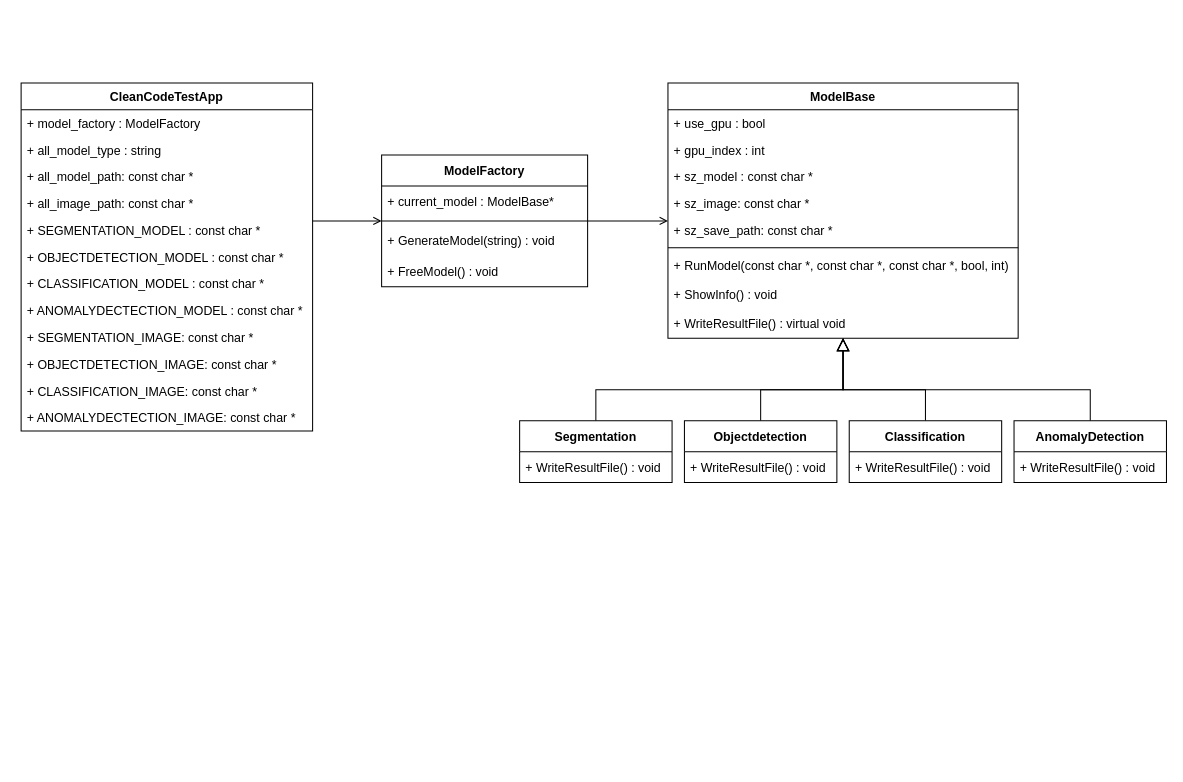
The draw.io diagram CleanCode.drawio in muscleee/UML, before the edit. Source tidied: cells renumbered, new cells numbered last; positions are measured from the earlier drawing's top-left corner, leaving out a move shared by most shapes. Both pictures are drawn from the tidied source at 103%, with x=0, y=0 at pixel (21, 82).
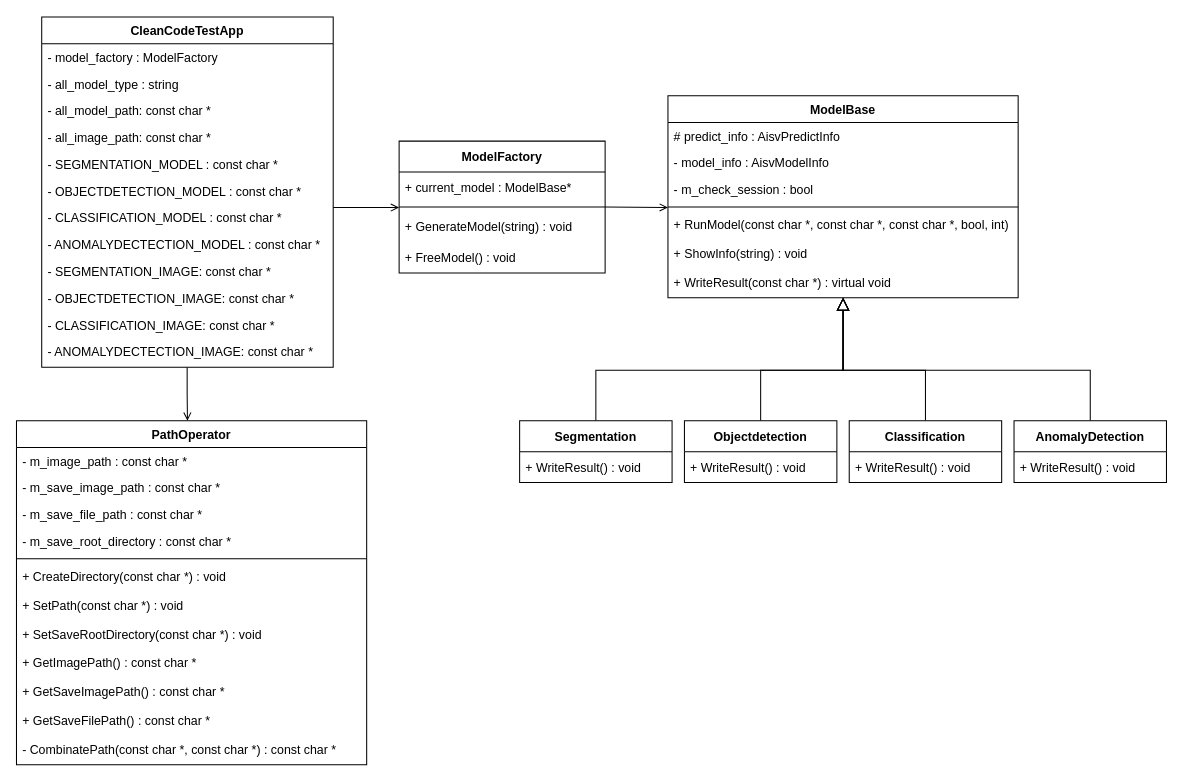
The same diagram, later.

The change refers to these unchanged cells:
```xml
<mxCell id="30" value="Segmentation" style="swimlane;fontStyle=1;horizontal=1;startSize=30;" parent="1" vertex="1">
  <mxGeometry x="484" y="328" width="148" height="60" as="geometry" />
</mxCell>
<mxCell id="32" value="Objectdetection" style="swimlane;fontStyle=1;horizontal=1;startSize=30;" parent="1" vertex="1">
  <mxGeometry x="644" y="328" width="148" height="60" as="geometry" />
</mxCell>
<mxCell id="34" value="Classification" style="swimlane;fontStyle=1;horizontal=1;startSize=30;" parent="1" vertex="1">
  <mxGeometry x="804" y="328" width="148" height="60" as="geometry" />
</mxCell>
<mxCell id="37" value="AnomalyDetection" style="swimlane;fontStyle=1;horizontal=1;startSize=30;" parent="1" vertex="1">
  <mxGeometry x="964" y="328" width="148" height="60" as="geometry" />
</mxCell>
```

Diff of the diagram source:
```diff
@@
     <mxCell id="2" value="ModelBase" style="swimlane;fontStyle=1;align=center;verticalAlign=top;horizontal=1;startSize=26;rounded=0;shadow=0;strokeWidth=1;" parent="1" vertex="1">
-      <mxGeometry x="628" width="340" height="248" as="geometry" />
+      <mxGeometry x="628" y="12.5" width="340" height="196" as="geometry" />
     </mxCell>
-    <mxCell id="3" value="+ use_gpu : bool" style="text;align=left;verticalAlign=top;spacingLeft=4;spacingRight=4;overflow=hidden;" parent="2" vertex="1">
+    <mxCell id="3" value="# predict_info : AisvPredictInfo" style="text;align=left;verticalAlign=top;spacingLeft=4;spacingRight=4;overflow=hidden;" parent="2" vertex="1">
       <mxGeometry y="26" width="340" height="26" as="geometry" />
     </mxCell>
-    <mxCell id="4" value="+ gpu_index : int" style="text;align=left;verticalAlign=top;spacingLeft=4;spacingRight=4;overflow=hidden;rounded=0;shadow=0;html=0;" parent="2" vertex="1">
+    <mxCell id="4" value="- model_info : AisvModelInfo" style="text;align=left;verticalAlign=top;spacingLeft=4;spacingRight=4;overflow=hidden;rounded=0;shadow=0;html=0;" parent="2" vertex="1">
       <mxGeometry y="52" width="340" height="26" as="geometry" />
     </mxCell>
-    <mxCell id="5" value="+ sz_model : const char *" style="text;align=left;verticalAlign=top;spacingLeft=4;spacingRight=4;overflow=hidden;rounded=0;shadow=0;html=0;" parent="2" vertex="1">
+    <mxCell id="5" value="- m_check_session : bool" style="text;align=left;verticalAlign=top;spacingLeft=4;spacingRight=4;overflow=hidden;rounded=0;shadow=0;html=0;" parent="2" vertex="1">
       <mxGeometry y="78" width="340" height="26" as="geometry" />
     </mxCell>
-    <mxCell id="6" value="+ sz_image: const char *" style="text;align=left;verticalAlign=top;spacingLeft=4;spacingRight=4;overflow=hidden;rounded=0;shadow=0;html=0;" parent="2" vertex="1">
-      <mxGeometry y="104" width="340" height="26" as="geometry" />
-    </mxCell>
-    <mxCell id="7" value="+ sz_save_path: const char *" style="text;align=left;verticalAlign=top;spacingLeft=4;spacingRight=4;overflow=hidden;points=[[0,0.5],[1,0.5]];portConstraint=eastwest;rounded=0;shadow=0;html=0;" parent="2" vertex="1">
-      <mxGeometry y="130" width="340" height="26" as="geometry" />
-    </mxCell>
     <mxCell id="8" style="line;html=1;strokeWidth=1;align=left;verticalAlign=middle;spacingTop=-1;spacingLeft=3;spacingRight=3;labelPosition=right;points=[];portConstraint=eastwest;" parent="2" vertex="1">
-      <mxGeometry y="156" width="340" height="8" as="geometry" />
+      <mxGeometry y="104" width="340" height="8" as="geometry" />
     </mxCell>
     <mxCell id="9" value="+ RunModel(const char *, const char *, const char *, bool, int)" style="text;align=left;verticalAlign=top;spacingLeft=4;spacingRight=4;overflow=hidden;" parent="2" vertex="1">
-      <mxGeometry y="164" width="340" height="28" as="geometry" />
+      <mxGeometry y="112" width="340" height="28" as="geometry" />
     </mxCell>
-    <mxCell id="10" value="+ ShowInfo() : void" style="text;align=left;verticalAlign=top;spacingLeft=4;spacingRight=4;overflow=hidden;" parent="2" vertex="1">
-      <mxGeometry y="192" width="340" height="28" as="geometry" />
+    <mxCell id="10" value="+ ShowInfo(string) : void" style="text;align=left;verticalAlign=top;spacingLeft=4;spacingRight=4;overflow=hidden;" parent="2" vertex="1">
+      <mxGeometry y="140" width="340" height="28" as="geometry" />
     </mxCell>
-    <mxCell id="11" value="+ WriteResultFile() : virtual void" style="text;align=left;verticalAlign=top;spacingLeft=4;spacingRight=4;overflow=hidden;" parent="2" vertex="1">
-      <mxGeometry y="220" width="340" height="28" as="geometry" />
+    <mxCell id="11" value="+ WriteResult(const char *) : virtual void" style="text;align=left;verticalAlign=top;spacingLeft=4;spacingRight=4;overflow=hidden;" parent="2" vertex="1">
+      <mxGeometry y="168" width="340" height="28" as="geometry" />
     </mxCell>
     <mxCell id="12" style="endArrow=block;endSize=10;endFill=0;shadow=0;strokeWidth=1;rounded=0;edgeStyle=elbowEdgeStyle;elbow=vertical;exitX=0.5;exitY=0;exitDx=0;exitDy=0;" parent="1" edge="1" source="30" target="2">
       <mxGeometry relative="1" as="geometry">
         <Array as="points">
-          <mxPoint x="798" y="298" />
+          <mxPoint x="798" y="279" />
         </Array>
       </mxGeometry>
     </mxCell>
     <mxCell id="13" style="endArrow=block;endSize=10;endFill=0;shadow=0;strokeWidth=1;rounded=0;edgeStyle=elbowEdgeStyle;elbow=vertical;exitX=0.5;exitY=0;exitDx=0;exitDy=0;" parent="1" edge="1" source="32" target="2">
       <mxGeometry relative="1" as="geometry">
         <Array as="points">
-          <mxPoint x="798" y="298" />
+          <mxPoint x="798" y="279" />
         </Array>
       </mxGeometry>
     </mxCell>
-    <mxCell id="14" style="endArrow=open;shadow=0;strokeWidth=1;rounded=0;endFill=1;edgeStyle=elbowEdgeStyle;elbow=vertical;exitX=1;exitY=0.5;exitDx=0;exitDy=0;" parent="1" edge="1" source="39" target="7">
-      <mxGeometry x="0.5" y="41" relative="1" as="geometry">
-        <Array as="points">
-          <mxPoint x="550" y="134" />
-        </Array>
-        <mxPoint x="-40" y="32" as="offset" />
-      </mxGeometry>
-    </mxCell>
     <mxCell id="15" value="CleanCodeTestApp" style="swimlane;fontStyle=1;align=center;verticalAlign=top;horizontal=1;startSize=26;rounded=0;shadow=0;strokeWidth=1;" parent="1" vertex="1">
-      <mxGeometry width="283" height="338" as="geometry" />
+      <mxGeometry x="20" y="-64" width="283" height="340" as="geometry" />
     </mxCell>
-    <mxCell id="16" value="+ model_factory : ModelFactory" style="text;align=left;verticalAlign=top;spacingLeft=4;spacingRight=4;overflow=hidden;rounded=0;shadow=0;html=0;" parent="15" vertex="1">
+    <mxCell id="16" value="- model_factory : ModelFactory" style="text;align=left;verticalAlign=top;spacingLeft=4;spacingRight=4;overflow=hidden;rounded=0;shadow=0;html=0;" parent="15" vertex="1">
       <mxGeometry y="26" width="283" height="26" as="geometry" />
     </mxCell>
-    <mxCell id="17" value="+ all_model_type : string" style="text;align=left;verticalAlign=top;spacingLeft=4;spacingRight=4;overflow=hidden;rounded=0;shadow=0;html=0;" parent="15" vertex="1">
+    <mxCell id="17" value="- all_model_type : string" style="text;align=left;verticalAlign=top;spacingLeft=4;spacingRight=4;overflow=hidden;rounded=0;shadow=0;html=0;" parent="15" vertex="1">
       <mxGeometry y="52" width="283" height="26" as="geometry" />
     </mxCell>
-    <mxCell id="18" value="+ all_model_path: const char *" style="text;align=left;verticalAlign=top;spacingLeft=4;spacingRight=4;overflow=hidden;rounded=0;shadow=0;html=0;" parent="15" vertex="1">
+    <mxCell id="18" value="- all_model_path: const char *" style="text;align=left;verticalAlign=top;spacingLeft=4;spacingRight=4;overflow=hidden;rounded=0;shadow=0;html=0;" parent="15" vertex="1">
       <mxGeometry y="78" width="283" height="26" as="geometry" />
     </mxCell>
-    <mxCell id="19" value="+ all_image_path: const char *" style="text;align=left;verticalAlign=top;spacingLeft=4;spacingRight=4;overflow=hidden;rounded=0;shadow=0;html=0;" parent="15" vertex="1">
+    <mxCell id="19" value="- all_image_path: const char *" style="text;align=left;verticalAlign=top;spacingLeft=4;spacingRight=4;overflow=hidden;rounded=0;shadow=0;html=0;" parent="15" vertex="1">
       <mxGeometry y="104" width="283" height="26" as="geometry" />
     </mxCell>
-    <mxCell id="20" value="+ SEGMENTATION_MODEL : const char *" style="text;align=left;verticalAlign=top;spacingLeft=4;spacingRight=4;overflow=hidden;rounded=0;shadow=0;html=0;" parent="15" vertex="1">
+    <mxCell id="20" value="- SEGMENTATION_MODEL : const char *" style="text;align=left;verticalAlign=top;spacingLeft=4;spacingRight=4;overflow=hidden;rounded=0;shadow=0;html=0;" parent="15" vertex="1">
       <mxGeometry y="130" width="283" height="26" as="geometry" />
     </mxCell>
-    <mxCell id="21" value="+ OBJECTDETECTION_MODEL : const char *" style="text;align=left;verticalAlign=top;spacingLeft=4;spacingRight=4;overflow=hidden;rounded=0;shadow=0;html=0;" parent="15" vertex="1">
+    <mxCell id="21" value="- OBJECTDETECTION_MODEL : const char *" style="text;align=left;verticalAlign=top;spacingLeft=4;spacingRight=4;overflow=hidden;rounded=0;shadow=0;html=0;" parent="15" vertex="1">
       <mxGeometry y="156" width="283" height="26" as="geometry" />
     </mxCell>
-    <mxCell id="22" value="+ CLASSIFICATION_MODEL : const char *" style="text;align=left;verticalAlign=top;spacingLeft=4;spacingRight=4;overflow=hidden;rounded=0;shadow=0;html=0;" parent="15" vertex="1">
+    <mxCell id="22" value="- CLASSIFICATION_MODEL : const char *" style="text;align=left;verticalAlign=top;spacingLeft=4;spacingRight=4;overflow=hidden;rounded=0;shadow=0;html=0;" parent="15" vertex="1">
       <mxGeometry y="182" width="283" height="26" as="geometry" />
     </mxCell>
-    <mxCell id="23" value="+ ANOMALYDECTECTION_MODEL : const char *" style="text;align=left;verticalAlign=top;spacingLeft=4;spacingRight=4;overflow=hidden;rounded=0;shadow=0;html=0;" parent="15" vertex="1">
+    <mxCell id="23" value="- ANOMALYDECTECTION_MODEL : const char *" style="text;align=left;verticalAlign=top;spacingLeft=4;spacingRight=4;overflow=hidden;rounded=0;shadow=0;html=0;" parent="15" vertex="1">
       <mxGeometry y="208" width="283" height="26" as="geometry" />
     </mxCell>
-    <mxCell id="24" value="+ SEGMENTATION_IMAGE: const char *" style="text;align=left;verticalAlign=top;spacingLeft=4;spacingRight=4;overflow=hidden;rounded=0;shadow=0;html=0;" parent="15" vertex="1">
+    <mxCell id="24" value="- SEGMENTATION_IMAGE: const char *" style="text;align=left;verticalAlign=top;spacingLeft=4;spacingRight=4;overflow=hidden;rounded=0;shadow=0;html=0;" parent="15" vertex="1">
       <mxGeometry y="234" width="283" height="26" as="geometry" />
     </mxCell>
-    <mxCell id="25" value="+ OBJECTDETECTION_IMAGE: const char *" style="text;align=left;verticalAlign=top;spacingLeft=4;spacingRight=4;overflow=hidden;rounded=0;shadow=0;html=0;" parent="15" vertex="1">
+    <mxCell id="25" value="- OBJECTDETECTION_IMAGE: const char *" style="text;align=left;verticalAlign=top;spacingLeft=4;spacingRight=4;overflow=hidden;rounded=0;shadow=0;html=0;" parent="15" vertex="1">
       <mxGeometry y="260" width="283" height="26" as="geometry" />
     </mxCell>
-    <mxCell id="26" value="+ CLASSIFICATION_IMAGE: const char *" style="text;align=left;verticalAlign=top;spacingLeft=4;spacingRight=4;overflow=hidden;rounded=0;shadow=0;html=0;" parent="15" vertex="1">
+    <mxCell id="26" value="- CLASSIFICATION_IMAGE: const char *" style="text;align=left;verticalAlign=top;spacingLeft=4;spacingRight=4;overflow=hidden;rounded=0;shadow=0;html=0;" parent="15" vertex="1">
       <mxGeometry y="286" width="283" height="26" as="geometry" />
     </mxCell>
-    <mxCell id="27" value="+ ANOMALYDECTECTION_IMAGE: const char *" style="text;align=left;verticalAlign=top;spacingLeft=4;spacingRight=4;overflow=hidden;rounded=0;shadow=0;html=0;" parent="15" vertex="1">
-      <mxGeometry y="312" width="283" height="26" as="geometry" />
+    <mxCell id="27" value="- ANOMALYDECTECTION_IMAGE: const char *" style="text;align=left;verticalAlign=top;spacingLeft=4;spacingRight=4;overflow=hidden;rounded=0;shadow=0;html=0;" parent="15" vertex="1">
+      <mxGeometry y="312" width="283" height="28" as="geometry" />
     </mxCell>
@@
     <mxCell id="29" style="endArrow=block;endSize=10;endFill=0;shadow=0;strokeWidth=1;rounded=0;edgeStyle=elbowEdgeStyle;elbow=vertical;exitX=0.5;exitY=0;exitDx=0;exitDy=0;entryX=0.5;entryY=1;entryDx=0;entryDy=0;" parent="1" edge="1" source="34" target="2">
       <mxGeometry relative="1" as="geometry">
         <Array as="points">
-          <mxPoint x="840" y="298" />
+          <mxPoint x="840" y="279" />
         </Array>
       </mxGeometry>
     </mxCell>
@@
-    <mxCell id="31" value="+ WriteResultFile() : void" style="text;strokeColor=none;fillColor=none;align=left;verticalAlign=middle;spacingLeft=4;spacingRight=4;overflow=hidden;" parent="30" vertex="1">
+    <mxCell id="31" value="+ WriteResult() : void" style="text;strokeColor=none;fillColor=none;align=left;verticalAlign=middle;spacingLeft=4;spacingRight=4;overflow=hidden;" parent="30" vertex="1">
       <mxGeometry y="30" width="148" height="30" as="geometry" />
     </mxCell>
@@
-    <mxCell id="33" value="+ WriteResultFile() : void" style="text;strokeColor=none;fillColor=none;align=left;verticalAlign=middle;spacingLeft=4;spacingRight=4;overflow=hidden;" parent="32" vertex="1">
+    <mxCell id="33" value="+ WriteResult() : void" style="text;strokeColor=none;fillColor=none;align=left;verticalAlign=middle;spacingLeft=4;spacingRight=4;overflow=hidden;" parent="32" vertex="1">
       <mxGeometry y="30" width="148" height="30" as="geometry" />
     </mxCell>
@@
-    <mxCell id="35" value="+ WriteResultFile() : void" style="text;strokeColor=none;fillColor=none;align=left;verticalAlign=middle;spacingLeft=4;spacingRight=4;overflow=hidden;" parent="34" vertex="1">
+    <mxCell id="35" value="+ WriteResult() : void" style="text;strokeColor=none;fillColor=none;align=left;verticalAlign=middle;spacingLeft=4;spacingRight=4;overflow=hidden;" parent="34" vertex="1">
       <mxGeometry y="30" width="148" height="30" as="geometry" />
     </mxCell>
     <mxCell id="36" style="endArrow=block;endSize=10;endFill=0;shadow=0;strokeWidth=1;rounded=0;edgeStyle=elbowEdgeStyle;elbow=vertical;exitX=0.5;exitY=0;exitDx=0;exitDy=0;entryX=0.5;entryY=1;entryDx=0;entryDy=0;" parent="1" edge="1" source="37" target="2">
       <mxGeometry relative="1" as="geometry">
         <Array as="points">
-          <mxPoint x="920" y="298" />
+          <mxPoint x="920" y="279" />
         </Array>
       </mxGeometry>
     </mxCell>
@@
-    <mxCell id="38" value="+ WriteResultFile() : void" style="text;strokeColor=none;fillColor=none;align=left;verticalAlign=middle;spacingLeft=4;spacingRight=4;overflow=hidden;" parent="37" vertex="1">
+    <mxCell id="38" value="+ WriteResult() : void" style="text;strokeColor=none;fillColor=none;align=left;verticalAlign=middle;spacingLeft=4;spacingRight=4;overflow=hidden;" parent="37" vertex="1">
       <mxGeometry y="30" width="148" height="30" as="geometry" />
     </mxCell>
     <mxCell id="39" value="ModelFactory" style="swimlane;fontStyle=1;horizontal=1;startSize=30;" parent="1" vertex="1">
-      <mxGeometry x="350" y="70" width="200" height="128" as="geometry" />
+      <mxGeometry x="367" y="56.5" width="200" height="128" as="geometry" />
     </mxCell>
@@
+    <mxCell id="44" value="PathOperator" style="swimlane;fontStyle=1;align=center;verticalAlign=top;horizontal=1;startSize=26;rounded=0;shadow=0;strokeWidth=1;" parent="1" vertex="1">
+      <mxGeometry x="-4.5" y="328" width="340" height="334" as="geometry" />
+    </mxCell>
+    <mxCell id="45" value="- m_image_path : const char *" style="text;align=left;verticalAlign=top;spacingLeft=4;spacingRight=4;overflow=hidden;" parent="44" vertex="1">
+      <mxGeometry y="26" width="340" height="26" as="geometry" />
+    </mxCell>
+    <mxCell id="46" value="- m_save_image_path : const char *" style="text;align=left;verticalAlign=top;spacingLeft=4;spacingRight=4;overflow=hidden;rounded=0;shadow=0;html=0;" parent="44" vertex="1">
+      <mxGeometry y="52" width="340" height="26" as="geometry" />
+    </mxCell>
+    <mxCell id="47" value="- m_save_file_path : const char *" style="text;align=left;verticalAlign=top;spacingLeft=4;spacingRight=4;overflow=hidden;rounded=0;shadow=0;html=0;" parent="44" vertex="1">
+      <mxGeometry y="78" width="340" height="26" as="geometry" />
+    </mxCell>
+    <mxCell id="48" value="- m_save_root_directory : const char *" style="text;align=left;verticalAlign=top;spacingLeft=4;spacingRight=4;overflow=hidden;rounded=0;shadow=0;html=0;" parent="44" vertex="1">
+      <mxGeometry y="104" width="340" height="26" as="geometry" />
+    </mxCell>
+    <mxCell id="49" style="line;html=1;strokeWidth=1;align=left;verticalAlign=middle;spacingTop=-1;spacingLeft=3;spacingRight=3;labelPosition=right;" parent="44" vertex="1">
+      <mxGeometry y="130" width="340" height="8" as="geometry" />
+    </mxCell>
+    <mxCell id="50" value="+ CreateDirectory(const char *) : void" style="text;align=left;verticalAlign=top;spacingLeft=4;spacingRight=4;overflow=hidden;" parent="44" vertex="1">
+      <mxGeometry y="138" width="340" height="28" as="geometry" />
+    </mxCell>
+    <mxCell id="51" value="+ SetPath(const char *) : void" style="text;align=left;verticalAlign=top;spacingLeft=4;spacingRight=4;overflow=hidden;" parent="44" vertex="1">
+      <mxGeometry y="166" width="340" height="28" as="geometry" />
+    </mxCell>
+    <mxCell id="52" value="+ SetSaveRootDirectory(const char *) : void" style="text;align=left;verticalAlign=top;spacingLeft=4;spacingRight=4;overflow=hidden;" parent="44" vertex="1">
+      <mxGeometry y="194" width="340" height="28" as="geometry" />
+    </mxCell>
+    <mxCell id="53" value="+ GetImagePath() : const char *" style="text;align=left;verticalAlign=top;spacingLeft=4;spacingRight=4;overflow=hidden;" parent="44" vertex="1">
+      <mxGeometry y="222" width="340" height="28" as="geometry" />
+    </mxCell>
+    <mxCell id="54" value="+ GetSaveImagePath() : const char *" style="text;align=left;verticalAlign=top;spacingLeft=4;spacingRight=4;overflow=hidden;" parent="44" vertex="1">
+      <mxGeometry y="250" width="340" height="28" as="geometry" />
+    </mxCell>
+    <mxCell id="55" value="+ GetSaveFilePath() : const char *" style="text;align=left;verticalAlign=top;spacingLeft=4;spacingRight=4;overflow=hidden;" parent="44" vertex="1">
+      <mxGeometry y="278" width="340" height="28" as="geometry" />
+    </mxCell>
+    <mxCell id="56" value="- CombinatePath(const char *, const char *) : const char *" style="text;align=left;verticalAlign=top;spacingLeft=4;spacingRight=4;overflow=hidden;" parent="44" vertex="1">
+      <mxGeometry y="306" width="340" height="28" as="geometry" />
+    </mxCell>
+    <mxCell id="57" style="endArrow=open;shadow=0;strokeWidth=1;rounded=0;endFill=1;edgeStyle=elbowEdgeStyle;elbow=vertical;entryX=0;entryY=0.563;entryDx=0;entryDy=0;entryPerimeter=0;exitX=1;exitY=0.5;exitDx=0;exitDy=0;" parent="1" edge="1" source="39" target="8">
+      <mxGeometry x="0.5" y="41" relative="1" as="geometry">
+        <mxPoint x="-40" y="32" as="offset" />
+      </mxGeometry>
+    </mxCell>
+    <mxCell id="58" style="endArrow=open;shadow=0;strokeWidth=1;rounded=0;endFill=1;edgeStyle=elbowEdgeStyle;elbow=vertical;exitX=0.499;exitY=1.078;exitDx=0;exitDy=0;exitPerimeter=0;" parent="1" edge="1">
+      <mxGeometry x="0.5" y="41" relative="1" as="geometry">
+        <mxPoint x="161.2" y="276.2" as="sourcePoint" />
+        <mxPoint x="161.5" y="328" as="targetPoint" />
+        <mxPoint x="-40" y="32" as="offset" />
+      </mxGeometry>
+    </mxCell>
```
